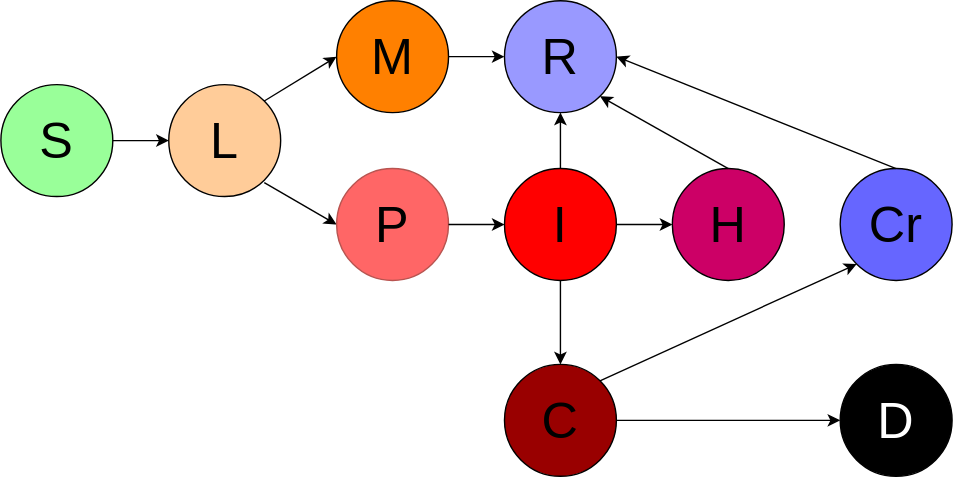
The draw.io diagram plots/maszk.drawio.svg in zsvizi/r-eff-social-contact-surveys-covid-19-hungary, before a commit. Source tidied: cells renumbered, new cells last; positions are measured from the earlier drawing's top-left corner, leaving out a move shared by most shapes.
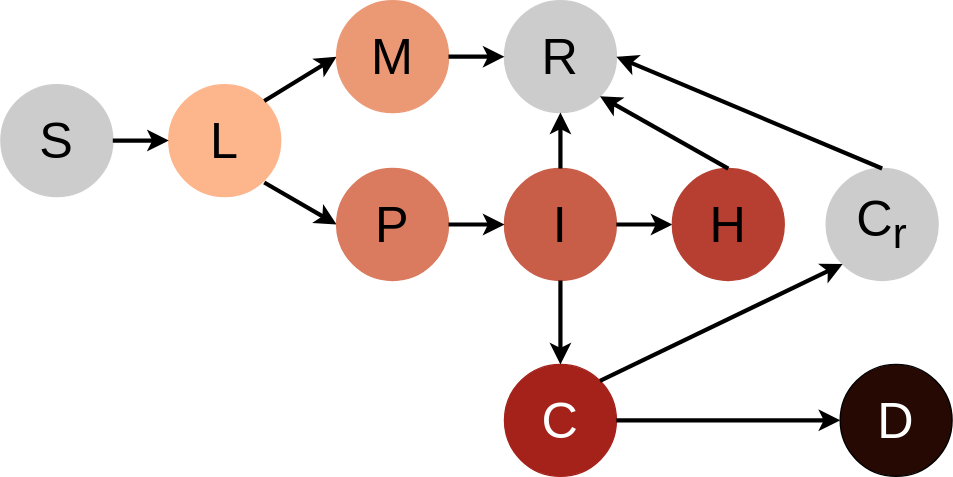
After the commit.

Diff of the diagram source:
```diff
@@ -2,76 +2,76 @@
   <root>
     <mxCell id="0" />
     <mxCell id="1" parent="0" />
-    <mxCell id="2" value="&lt;font style=&quot;font-size: 36px&quot;&gt;S&lt;/font&gt;" style="ellipse;whiteSpace=wrap;html=1;fillColor=#99FF99;" parent="1" vertex="1">
+    <mxCell id="2" value="&lt;font style=&quot;font-size: 36px&quot;&gt;S&lt;/font&gt;" style="ellipse;whiteSpace=wrap;html=1;fillColor=#CCCCCC;strokeColor=#CCCCCC;" parent="1" vertex="1">
       <mxGeometry y="60" width="80" height="80" as="geometry" />
     </mxCell>
-    <mxCell id="3" value="&lt;span style=&quot;font-family: &amp;#34;helvetica&amp;#34; ; font-size: 36px&quot;&gt;C&lt;/span&gt;" style="ellipse;whiteSpace=wrap;html=1;fillColor=#990000;" parent="1" vertex="1">
+    <mxCell id="3" value="&lt;span style=&quot;font-family: &amp;quot;helvetica&amp;quot; ; font-size: 36px&quot;&gt;C&lt;/span&gt;" style="ellipse;whiteSpace=wrap;html=1;fillColor=#A5221B;strokeColor=#A5221B;fontColor=#FFFFFF;" parent="1" vertex="1">
       <mxGeometry x="360" y="260" width="80" height="80" as="geometry" />
     </mxCell>
-    <mxCell id="4" value="&lt;font face=&quot;helvetica&quot;&gt;&lt;span style=&quot;font-size: 36px&quot;&gt;L&lt;/span&gt;&lt;/font&gt;" style="ellipse;whiteSpace=wrap;html=1;fillColor=#FFCC99;" parent="1" vertex="1">
+    <mxCell id="4" value="&lt;font face=&quot;helvetica&quot;&gt;&lt;span style=&quot;font-size: 36px&quot;&gt;L&lt;/span&gt;&lt;/font&gt;" style="ellipse;whiteSpace=wrap;html=1;fillColor=#FDB58C;strokeColor=#FDB58C;" parent="1" vertex="1">
       <mxGeometry x="120" y="60" width="80" height="80" as="geometry" />
     </mxCell>
-    <mxCell id="5" value="&lt;font face=&quot;helvetica&quot; color=&quot;#ffffff&quot;&gt;&lt;span style=&quot;font-size: 36px&quot;&gt;D&lt;/span&gt;&lt;/font&gt;" style="ellipse;whiteSpace=wrap;html=1;fillColor=#000000;" parent="1" vertex="1">
+    <mxCell id="5" value="&lt;font face=&quot;helvetica&quot; color=&quot;#ffffff&quot;&gt;&lt;span style=&quot;font-size: 36px&quot;&gt;D&lt;/span&gt;&lt;/font&gt;" style="ellipse;whiteSpace=wrap;html=1;fillColor=#250902;" parent="1" vertex="1">
       <mxGeometry x="600" y="260" width="80" height="80" as="geometry" />
     </mxCell>
-    <mxCell id="6" style="endArrow=classic;html=1;entryX=0;entryY=0.5;entryDx=0;entryDy=0;exitX=1;exitY=0.5;exitDx=0;exitDy=0;" parent="1" edge="1" source="2" target="4">
+    <mxCell id="6" style="endArrow=classic;html=1;entryX=0;entryY=0.5;entryDx=0;entryDy=0;exitX=1;exitY=0.5;exitDx=0;exitDy=0;strokeWidth=3;" parent="1" edge="1" source="2" target="4">
       <mxGeometry relative="1" as="geometry" />
     </mxCell>
-    <mxCell id="7" style="endArrow=classic;html=1;entryX=0;entryY=0.5;entryDx=0;entryDy=0;exitX=1;exitY=0.5;exitDx=0;exitDy=0;" parent="1" edge="1" source="3" target="5">
+    <mxCell id="7" style="endArrow=classic;html=1;entryX=0;entryY=0.5;entryDx=0;entryDy=0;exitX=1;exitY=0.5;exitDx=0;exitDy=0;strokeWidth=3;" parent="1" edge="1" source="3" target="5">
       <mxGeometry relative="1" as="geometry" />
     </mxCell>
-    <mxCell id="8" style="endArrow=classic;html=1;entryX=0;entryY=0.5;entryDx=0;entryDy=0;exitX=1;exitY=0;exitDx=0;exitDy=0;" parent="1" edge="1" target="10">
+    <mxCell id="8" style="endArrow=classic;html=1;entryX=0;entryY=0.5;entryDx=0;entryDy=0;exitX=1;exitY=0;exitDx=0;exitDy=0;strokeWidth=3;" parent="1" edge="1" target="10">
       <mxGeometry relative="1" as="geometry">
         <mxPoint x="188.3" y="71.7" as="sourcePoint" />
       </mxGeometry>
     </mxCell>
-    <mxCell id="9" style="endArrow=classic;html=1;entryX=0;entryY=0.5;entryDx=0;entryDy=0;exitX=1;exitY=1;exitDx=0;exitDy=0;" parent="1" edge="1" target="13">
+    <mxCell id="9" style="endArrow=classic;html=1;entryX=0;entryY=0.5;entryDx=0;entryDy=0;exitX=1;exitY=1;exitDx=0;exitDy=0;strokeWidth=3;" parent="1" edge="1" target="13">
       <mxGeometry relative="1" as="geometry">
         <mxPoint x="188.3" y="130" as="sourcePoint" />
       </mxGeometry>
     </mxCell>
-    <mxCell id="10" value="&lt;font face=&quot;helvetica&quot;&gt;&lt;span style=&quot;font-size: 36px&quot;&gt;M&lt;/span&gt;&lt;/font&gt;" style="ellipse;whiteSpace=wrap;html=1;fillColor=#FF8000;" parent="1" vertex="1">
+    <mxCell id="10" value="&lt;font face=&quot;helvetica&quot;&gt;&lt;span style=&quot;font-size: 36px&quot;&gt;M&lt;/span&gt;&lt;/font&gt;" style="ellipse;whiteSpace=wrap;html=1;fillColor=#EB9875;strokeColor=#EB9875;" parent="1" vertex="1">
       <mxGeometry x="240" width="80" height="80" as="geometry" />
     </mxCell>
-    <mxCell id="11" value="&lt;font face=&quot;helvetica&quot;&gt;&lt;span style=&quot;font-size: 36px&quot;&gt;R&lt;/span&gt;&lt;/font&gt;" style="ellipse;whiteSpace=wrap;html=1;fillColor=#9999FF;" parent="1" vertex="1">
+    <mxCell id="11" value="&lt;font face=&quot;helvetica&quot;&gt;&lt;span style=&quot;font-size: 36px&quot;&gt;R&lt;/span&gt;&lt;/font&gt;" style="ellipse;whiteSpace=wrap;html=1;fillColor=#CCCCCC;strokeColor=#CCCCCC;" parent="1" vertex="1">
       <mxGeometry x="360" width="80" height="80" as="geometry" />
     </mxCell>
-    <mxCell id="12" style="endArrow=classic;html=1;entryX=0;entryY=0.5;entryDx=0;entryDy=0;exitX=1;exitY=0.5;exitDx=0;exitDy=0;" parent="1" edge="1" source="10" target="11">
+    <mxCell id="12" style="endArrow=classic;html=1;entryX=0;entryY=0.5;entryDx=0;entryDy=0;exitX=1;exitY=0.5;exitDx=0;exitDy=0;strokeWidth=3;" parent="1" edge="1" source="10" target="11">
       <mxGeometry relative="1" as="geometry" />
     </mxCell>
-    <mxCell id="13" value="&lt;span style=&quot;font-family: &amp;#34;helvetica&amp;#34; ; font-size: 36px&quot;&gt;P&lt;/span&gt;" style="ellipse;whiteSpace=wrap;html=1;strokeColor=#b85450;fillColor=#FF6666;" parent="1" vertex="1">
+    <mxCell id="13" value="&lt;span style=&quot;font-family: &amp;#34;helvetica&amp;#34; ; font-size: 36px&quot;&gt;P&lt;/span&gt;" style="ellipse;whiteSpace=wrap;html=1;strokeColor=#DA7A5F;fillColor=#DA7A5F;" parent="1" vertex="1">
       <mxGeometry x="240" y="120" width="80" height="80" as="geometry" />
     </mxCell>
-    <mxCell id="14" value="&lt;span style=&quot;font-family: &amp;#34;helvetica&amp;#34; ; font-size: 36px&quot;&gt;I&lt;/span&gt;" style="ellipse;whiteSpace=wrap;html=1;fillColor=#FF0000;" parent="1" vertex="1">
+    <mxCell id="14" value="&lt;span style=&quot;font-family: &amp;#34;helvetica&amp;#34; ; font-size: 36px&quot;&gt;I&lt;/span&gt;" style="ellipse;whiteSpace=wrap;html=1;fillColor=#C85D48;strokeColor=#C85D48;" parent="1" vertex="1">
       <mxGeometry x="360" y="120" width="80" height="80" as="geometry" />
     </mxCell>
-    <mxCell id="15" style="endArrow=classic;html=1;entryX=0;entryY=0.5;entryDx=0;entryDy=0;exitX=1;exitY=0.5;exitDx=0;exitDy=0;" parent="1" edge="1" source="13" target="14">
+    <mxCell id="15" style="endArrow=classic;html=1;entryX=0;entryY=0.5;entryDx=0;entryDy=0;exitX=1;exitY=0.5;exitDx=0;exitDy=0;strokeWidth=3;" parent="1" edge="1" source="13" target="14">
       <mxGeometry relative="1" as="geometry" />
     </mxCell>
-    <mxCell id="16" style="endArrow=classic;html=1;entryX=0.5;entryY=1;entryDx=0;entryDy=0;exitX=0.5;exitY=0;exitDx=0;exitDy=0;" parent="1" edge="1" source="14" target="11">
+    <mxCell id="16" style="endArrow=classic;html=1;entryX=0.5;entryY=1;entryDx=0;entryDy=0;exitX=0.5;exitY=0;exitDx=0;exitDy=0;strokeWidth=3;" parent="1" edge="1" source="14" target="11">
       <mxGeometry relative="1" as="geometry" />
     </mxCell>
-    <mxCell id="17" style="endArrow=classic;html=1;" parent="1" edge="1" target="3">
+    <mxCell id="17" style="endArrow=classic;html=1;strokeWidth=3;" parent="1" edge="1" target="3">
       <mxGeometry relative="1" as="geometry">
         <mxPoint x="400" y="200" as="sourcePoint" />
       </mxGeometry>
     </mxCell>
-    <mxCell id="18" style="endArrow=classic;html=1;exitX=1;exitY=0.5;exitDx=0;exitDy=0;entryX=0;entryY=0.5;entryDx=0;entryDy=0;" parent="1" edge="1" source="14" target="19">
+    <mxCell id="18" style="endArrow=classic;html=1;exitX=1;exitY=0.5;exitDx=0;exitDy=0;entryX=0;entryY=0.5;entryDx=0;entryDy=0;strokeWidth=3;" parent="1" edge="1" source="14" target="19">
       <mxGeometry relative="1" as="geometry" />
     </mxCell>
-    <mxCell id="19" value="&lt;span style=&quot;font-family: &amp;#34;helvetica&amp;#34; ; font-size: 36px&quot;&gt;H&lt;/span&gt;" style="ellipse;whiteSpace=wrap;html=1;fillColor=#CC0066;" parent="1" vertex="1">
+    <mxCell id="19" value="&lt;span style=&quot;font-family: &amp;#34;helvetica&amp;#34; ; font-size: 36px&quot;&gt;H&lt;/span&gt;" style="ellipse;whiteSpace=wrap;html=1;fillColor=#B63F31;strokeColor=#B63F31;" parent="1" vertex="1">
       <mxGeometry x="480" y="120" width="80" height="80" as="geometry" />
     </mxCell>
-    <mxCell id="20" value="&lt;span style=&quot;font-family: &amp;#34;helvetica&amp;#34; ; font-size: 36px&quot;&gt;Cr&lt;/span&gt;" style="ellipse;whiteSpace=wrap;html=1;fillColor=#6666FF;" parent="1" vertex="1">
-      <mxGeometry x="600" y="120" width="80" height="80" as="geometry" />
+    <mxCell id="20" value="&lt;span style=&quot;font-family: &amp;#34;helvetica&amp;#34; ; font-size: 36px&quot;&gt;C&lt;sub&gt;r&lt;/sub&gt;&lt;/span&gt;" style="ellipse;whiteSpace=wrap;html=1;fillColor=#CCCCCC;strokeColor=#CCCCCC;" parent="1" vertex="1">
+      <mxGeometry x="590" y="120" width="80" height="80" as="geometry" />
     </mxCell>
-    <mxCell id="21" style="endArrow=classic;html=1;entryX=1;entryY=1;entryDx=0;entryDy=0;exitX=0.5;exitY=0;exitDx=0;exitDy=0;" parent="1" edge="1" source="19" target="11">
+    <mxCell id="21" style="endArrow=classic;html=1;entryX=1;entryY=1;entryDx=0;entryDy=0;exitX=0.5;exitY=0;exitDx=0;exitDy=0;strokeWidth=3;" parent="1" edge="1" source="19" target="11">
       <mxGeometry relative="1" as="geometry" />
     </mxCell>
-    <mxCell id="22" style="endArrow=classic;html=1;entryX=1;entryY=0.5;entryDx=0;entryDy=0;exitX=0.5;exitY=0;exitDx=0;exitDy=0;" parent="1" edge="1" source="20" target="11">
+    <mxCell id="22" style="endArrow=classic;html=1;entryX=1;entryY=0.5;entryDx=0;entryDy=0;exitX=0.5;exitY=0;exitDx=0;exitDy=0;strokeWidth=3;" parent="1" edge="1" source="20" target="11">
       <mxGeometry relative="1" as="geometry" />
     </mxCell>
-    <mxCell id="23" style="endArrow=classic;html=1;exitX=1;exitY=0;exitDx=0;exitDy=0;entryX=0;entryY=1;entryDx=0;entryDy=0;" parent="1" edge="1" source="3" target="20">
+    <mxCell id="23" style="endArrow=classic;html=1;exitX=1;exitY=0;exitDx=0;exitDy=0;entryX=0;entryY=1;entryDx=0;entryDy=0;strokeWidth=3;" parent="1" edge="1" source="3" target="20">
       <mxGeometry relative="1" as="geometry" />
     </mxCell>
   </root>
```
